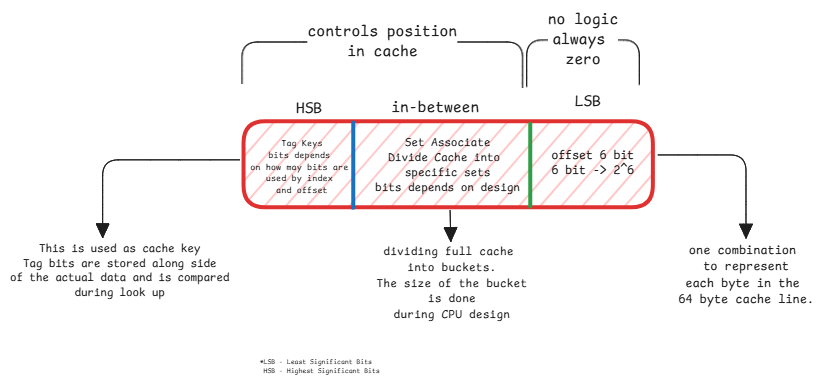
The Excalidraw diagram static/img/cpu-cache-split.excalidraw.png in swaroopar/inprogress-engineer, before a commit. Source tidied: one line per element, renumbered; positions are measured from the earlier drawing's top-left corner, leaving out a move shared by most shapes.
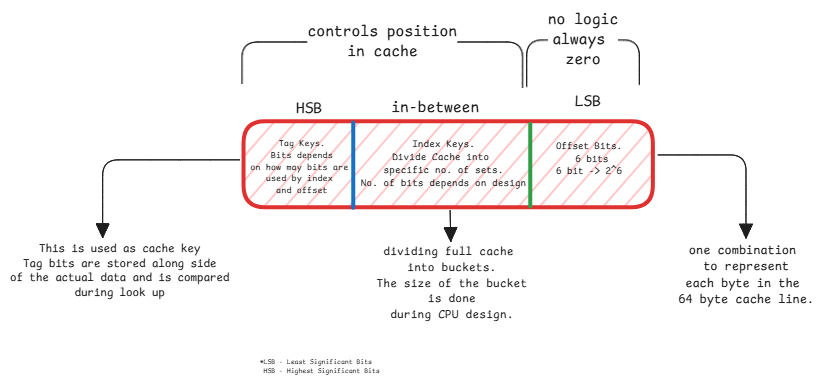
The same file after the commit.

Commit message:
fix cpu cache diagram

Change to the diagram source:
```diff
@@ -1,13 +1,13 @@
 {"id": 0, "type": "rectangle", "strokeColor": "#e03131", "backgroundColor": "#ffc9c9", "fillStyle": "hachure", "strokeWidth": 4, "roughness": 0, "round": true, "x": 234, "y": 112, "width": 409, "height": 86}
 {"id": 1, "type": "line", "strokeColor": "#2f9e44", "strokeWidth": 4, "roughness": 0, "round": true, "x": 520, "y": 114, "width": 0, "height": 83, "points": [[0, 0], [0, 83]]}
-{"id": 2, "type": "text", "text": "offset 6 bit\n6 bit -> 2^6", "strokeColor": "#1e1e1e", "strokeWidth": 1, "roughness": 0, "fontSize": 12.53, "fontFamily": 8, "textAlign": "center", "x": 541, "y": 139, "width": 83, "height": 31}
+{"id": 2, "type": "text", "text": "Offset Bits.\n 6 bits\n6 bit -> 2^6", "strokeColor": "#1e1e1e", "strokeWidth": 1, "roughness": 0, "fontSize": 10.01, "fontFamily": 8, "textAlign": "center", "x": 546, "y": 131, "width": 66, "height": 38}
 {"id": 3, "type": "text", "text": "one combination \nto represent\neach byte in the \n64 byte cache line.", "strokeColor": "#1e1e1e", "strokeWidth": 1, "roughness": 0, "fontSize": 13.0, "fontFamily": 8, "textAlign": "center", "x": 668, "y": 233, "width": 136, "height": 65}
 {"id": 4, "type": "text", "text": "LSB", "strokeColor": "#1e1e1e", "strokeWidth": 1, "roughness": 0, "fontSize": 16, "fontFamily": 8, "textAlign": "center", "x": 565, "y": 82, "width": 26, "height": 20}
 {"id": 5, "type": "line", "strokeColor": "#1971c2", "strokeWidth": 4, "roughness": 0, "round": true, "x": 343, "y": 113, "width": 0, "height": 85, "points": [[0, 0], [0, 85]]}
 {"id": 6, "type": "text", "text": "HSB", "strokeColor": "#1e1e1e", "strokeWidth": 1, "roughness": 0, "fontSize": 16, "fontFamily": 8, "textAlign": "center", "x": 286, "y": 89, "width": 26, "height": 20}
-{"id": 7, "type": "text", "text": "Set Associate\nDivide Cache into \nspecific sets\nbits depends on design", "strokeColor": "#1e1e1e", "strokeWidth": 1, "roughness": 0, "fontSize": 11.98, "fontFamily": 8, "textAlign": "center", "x": 365, "y": 127, "width": 145, "height": 60}
+{"id": 7, "type": "text", "text": "Index Keys.\nDivide Cache into \nspecific no. of sets.\nNo. of bits depends on design", "strokeColor": "#1e1e1e", "strokeWidth": 1, "roughness": 0, "fontSize": 10.39, "fontFamily": 8, "textAlign": "center", "x": 351, "y": 129, "width": 166, "height": 52}
-{"id": 8, "type": "text", "text": "dividing full cache \ninto buckets.\nThe size of the bucket\n is done \nduring CPU design", "strokeColor": "#1e1e1e", "strokeWidth": 1, "roughness": 0, "fontSize": 12.47, "fontFamily": 8, "textAlign": "center", "x": 366, "y": 235, "width": 151, "height": 78}
+{"id": 8, "type": "text", "text": "dividing full cache \ninto buckets.\nThe size of the bucket\n is done \nduring CPU design.", "strokeColor": "#1e1e1e", "strokeWidth": 1, "roughness": 0, "fontSize": 12.47, "fontFamily": 8, "textAlign": "center", "x": 366, "y": 235, "width": 151, "height": 78}
-{"id": 9, "type": "text", "text": "Tag Keys\nbits depends \non how may bits are \nused by index \nand offset", "strokeColor": "#1e1e1e", "strokeWidth": 1, "roughness": 0, "fontSize": 9.39, "fontFamily": 8, "textAlign": "center", "x": 240, "y": 129, "width": 103, "height": 59}
+{"id": 9, "type": "text", "text": "Tag Keys.\nBits depends\non how may bits are \nused by index \nand offset", "strokeColor": "#1e1e1e", "strokeWidth": 1, "roughness": 0, "fontSize": 9.39, "fontFamily": 8, "textAlign": "center", "x": 240, "y": 129, "width": 103, "height": 59}
 {"id": 10, "type": "text", "text": "This is used as cache key\nTag bits are stored along side\nof the actual data and is compared\nduring look up", "strokeColor": "#1e1e1e", "strokeWidth": 1, "roughness": 0, "fontSize": 11.72, "fontFamily": 8, "textAlign": "center", "x": 0, "y": 232, "width": 219, "height": 59}
 {"id": 11, "type": "arrow", "strokeColor": "#1e1e1e", "strokeWidth": 1, "roughness": 0, "endArrowhead": "triangle", "from": 9, "to": 10, "x": 230, "y": 151, "width": 137, "height": 78, "points": [[0, 0], [-137, 0], [-137, 78]]}
 {"id": 12, "type": "arrow", "strokeColor": "#1e1e1e", "strokeWidth": 1, "roughness": 0, "endArrowhead": "triangle", "x": 440, "y": 201, "width": 1, "height": 31, "points": [[0, 0], [1, 31]]}
```
